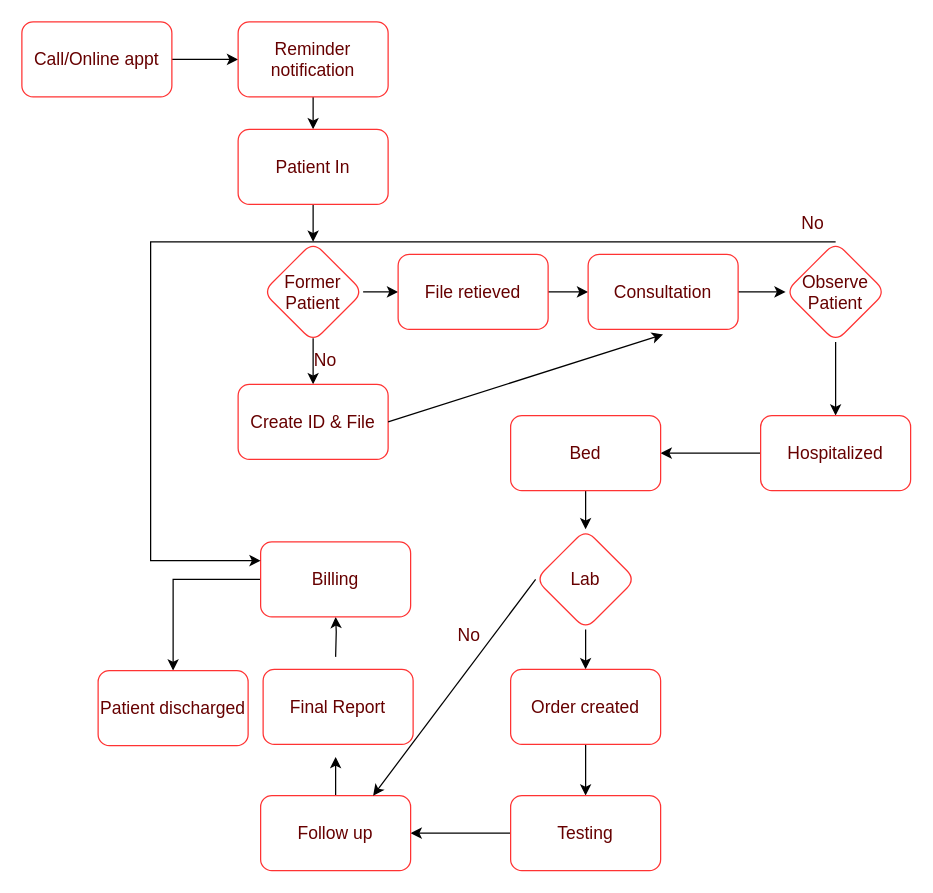
Above: page "Proposed system workflow" (1 of 7) of HMS.drawio in ysebega/ysebega (draw.io), before the change. Source tidied: cells renumbered, new cells numbered last; positions are measured from the earlier drawing's top-left corner, leaving out a move shared by most shapes. Both pictures are drawn from the tidied source at 125%, with x=0, y=0 at pixel (-38, -4).
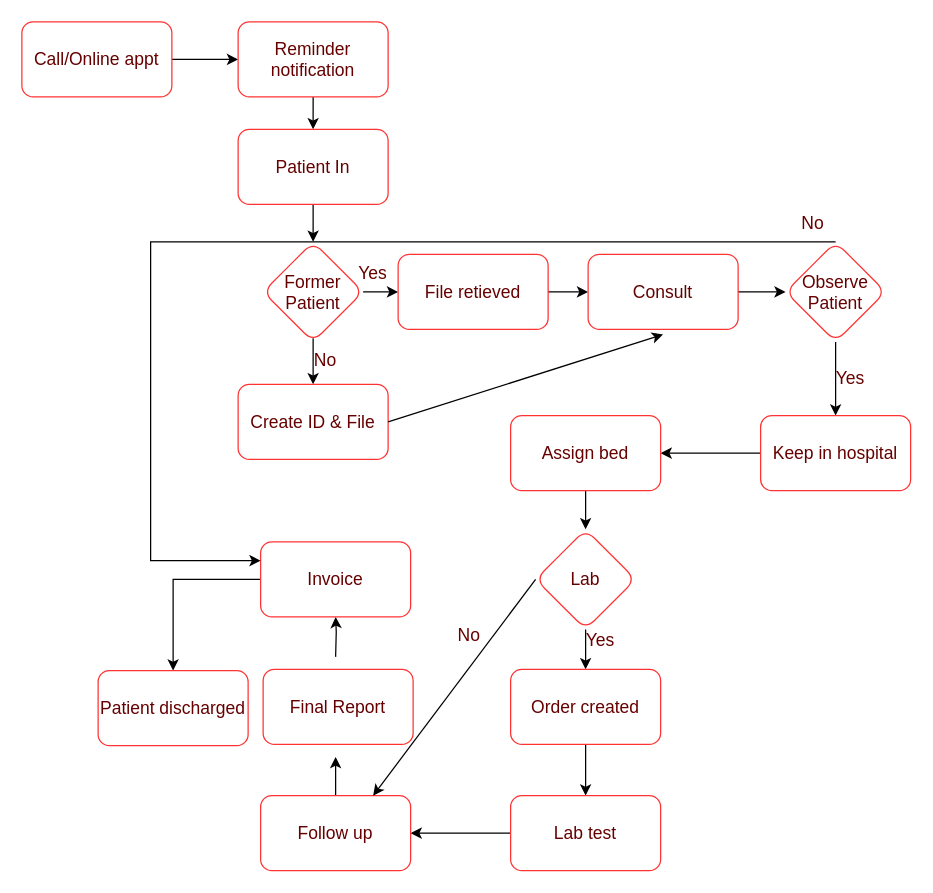
Above is the later version.

The edit, as a diff of the source:
```diff
@@
-    <mxCell id="15" value="Consultation" style="whiteSpace=wrap;html=1;fontSize=14;fillColor=none;strokeColor=#FF3333;fontColor=#660000;rounded=1;labelBackgroundColor=none;" parent="1" vertex="1">
+    <mxCell id="15" value="Consult" style="whiteSpace=wrap;html=1;fontSize=14;fillColor=none;strokeColor=#FF3333;fontColor=#660000;rounded=1;labelBackgroundColor=none;" parent="1" vertex="1">
       <mxGeometry x="500" y="206" width="120" height="60" as="geometry" />
     </mxCell>
@@
-    <mxCell id="19" value="Hospitalized" style="whiteSpace=wrap;html=1;fontSize=14;fillColor=none;strokeColor=#FF3333;fontColor=#660000;rounded=1;labelBackgroundColor=none;" parent="1" vertex="1">
+    <mxCell id="19" value="Keep in hospital" style="whiteSpace=wrap;html=1;fontSize=14;fillColor=none;strokeColor=#FF3333;fontColor=#660000;rounded=1;labelBackgroundColor=none;" parent="1" vertex="1">
       <mxGeometry x="638" y="335" width="120" height="60" as="geometry" />
     </mxCell>
@@
-    <mxCell id="22" value="Bed" style="whiteSpace=wrap;html=1;fontSize=14;fillColor=none;strokeColor=#FF3333;fontColor=#660000;rounded=1;labelBackgroundColor=none;" parent="1" vertex="1">
+    <mxCell id="22" value="Assign bed" style="whiteSpace=wrap;html=1;fontSize=14;fillColor=none;strokeColor=#FF3333;fontColor=#660000;rounded=1;labelBackgroundColor=none;" parent="1" vertex="1">
       <mxGeometry x="438" y="335" width="120" height="60" as="geometry" />
     </mxCell>
@@
-    <mxCell id="28" value="Testing" style="whiteSpace=wrap;html=1;fontSize=14;fillColor=none;strokeColor=#FF3333;fontColor=#660000;rounded=1;labelBackgroundColor=none;" parent="1" vertex="1">
+    <mxCell id="28" value="Lab test" style="whiteSpace=wrap;html=1;fontSize=14;fillColor=none;strokeColor=#FF3333;fontColor=#660000;rounded=1;labelBackgroundColor=none;" parent="1" vertex="1">
       <mxGeometry x="438" y="639" width="120" height="60" as="geometry" />
     </mxCell>
@@
-    <mxCell id="33" value="Billing" style="whiteSpace=wrap;html=1;fontSize=14;fillColor=none;strokeColor=#FF3333;fontColor=#660000;rounded=1;labelBackgroundColor=none;" parent="1" vertex="1">
+    <mxCell id="33" value="Invoice" style="whiteSpace=wrap;html=1;fontSize=14;fillColor=none;strokeColor=#FF3333;fontColor=#660000;rounded=1;labelBackgroundColor=none;" parent="1" vertex="1">
       <mxGeometry x="238" y="436" width="120" height="60" as="geometry" />
     </mxCell>
@@
+    <mxCell id="41" value="Yes" style="text;html=1;strokeColor=none;fillColor=none;align=center;verticalAlign=middle;whiteSpace=wrap;rounded=0;labelBackgroundColor=none;fontSize=14;fontColor=#660000;" parent="1" vertex="1">
+      <mxGeometry x="480" y="500" width="60" height="30" as="geometry" />
+    </mxCell>
+    <mxCell id="42" value="Yes" style="text;html=1;strokeColor=none;fillColor=none;align=center;verticalAlign=middle;whiteSpace=wrap;rounded=0;labelBackgroundColor=none;fontSize=14;fontColor=#660000;" parent="1" vertex="1">
+      <mxGeometry x="680" y="290" width="60" height="30" as="geometry" />
+    </mxCell>
+    <mxCell id="43" value="Yes" style="text;html=1;strokeColor=none;fillColor=none;align=center;verticalAlign=middle;whiteSpace=wrap;rounded=0;labelBackgroundColor=none;fontSize=14;fontColor=#660000;" parent="1" vertex="1">
+      <mxGeometry x="298" y="206" width="60" height="30" as="geometry" />
+    </mxCell>
```
